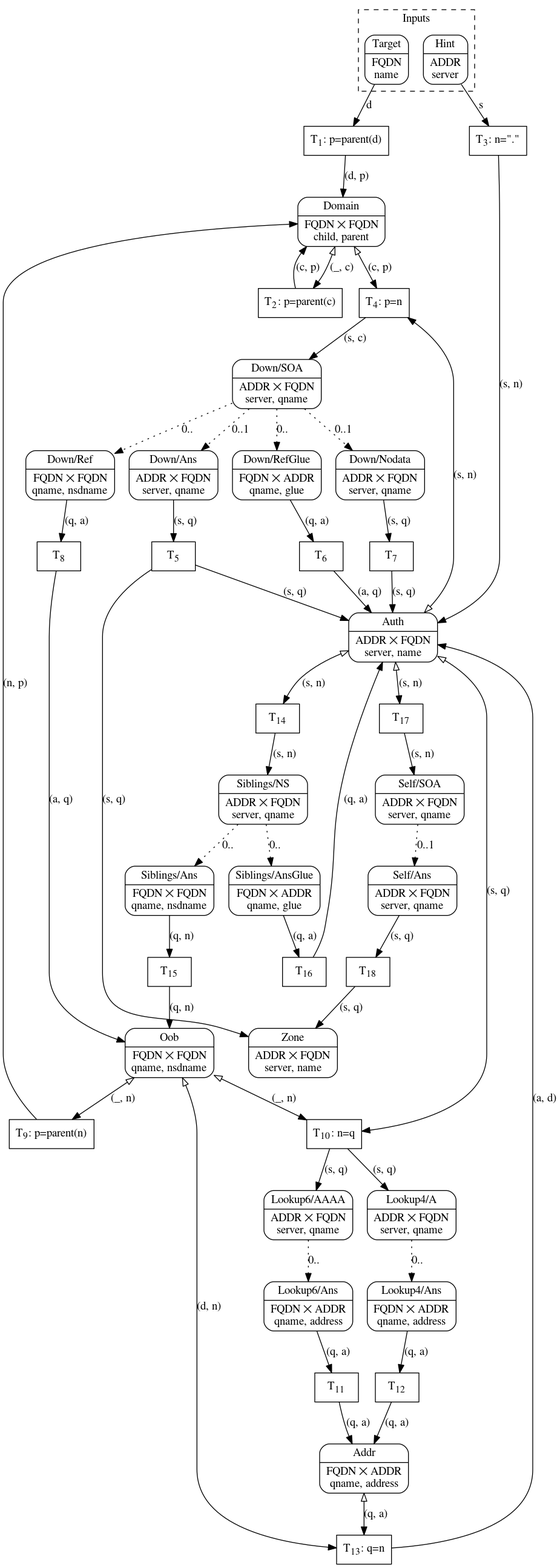
Before: topo.png, a diagram exported from Graphviz (mattias-p/topo). Its source is kept beside it as topo.dot.
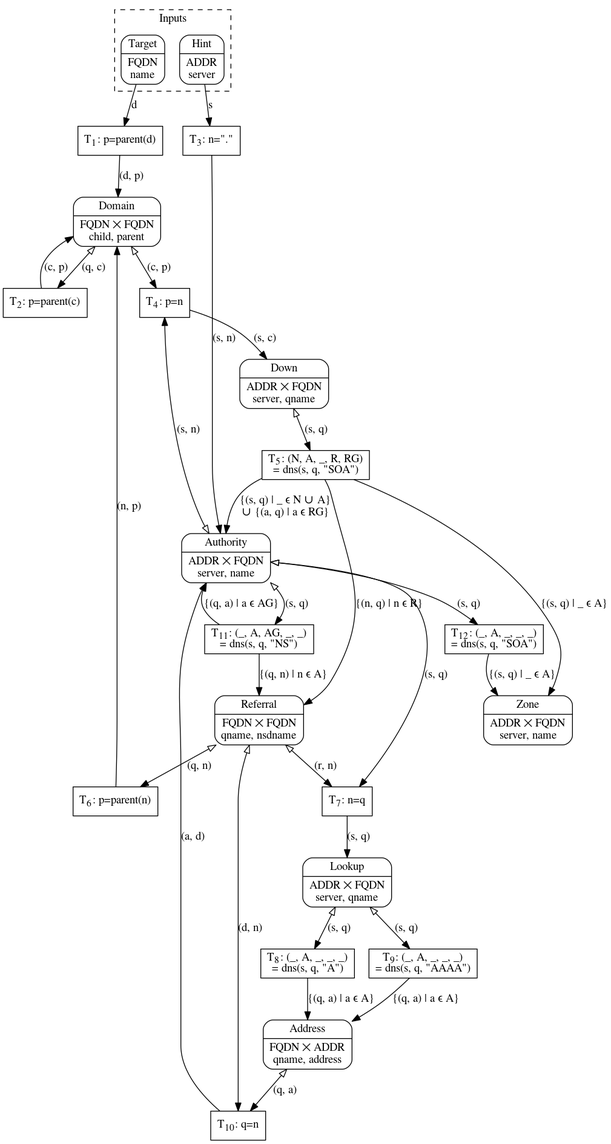
After the change.

Commit message:
Refactor to use proper transitions for DNS requests

Change to the diagram source:
```diff
@@ -1,5 +1,4 @@
 digraph Algorithm {
-    compound=true
     node [shape=Mrecord, style=filled, fillcolor=white]
     edge [arrowtail=empty]
 
@@ -11,49 +10,13 @@
         Hint   [label="{Hint|ADDR\nserver}"]
     }
 
-    subgraph Down {
-        Down_send   [label="{Down/SOA|ADDR ⨉ FQDN\nserver, qname}"]
-        Down_nodata [label="{Down/Nodata|ADDR ⨉ FQDN\nserver, qname}"]
-        Down_answer [label="{Down/Ans|ADDR ⨉ FQDN\nserver, qname}"]
-        Down_glue   [label="{Down/RefGlue|FQDN ⨉ ADDR\nqname, glue}"]
-        Down_ref    [label="{Down/Ref|FQDN ⨉ FQDN\nqname, nsdname}"]
-        Down_send -> Down_nodata [label="0..1", style=dotted]
-        Down_send -> Down_answer [label="0..1", style=dotted]
-        Down_send -> Down_glue [label="0..", style=dotted]
-        Down_send -> Down_ref [label="0..", style=dotted]
-    }
-
-    subgraph Siblings {
-        Siblings_send [label="{Siblings/NS|ADDR ⨉ FQDN\nserver, qname}"]
-        Siblings_glue [label="{Siblings/AnsGlue|FQDN ⨉ ADDR\nqname, glue}"]
-        Siblings_ans  [label="{Siblings/Ans|FQDN ⨉ FQDN\nqname, nsdname}"]
-        Siblings_send -> Siblings_glue [label="0..", style=dotted]
-        Siblings_send -> Siblings_ans [label="0..", style=dotted]
-    }
-
-    subgraph Self {
-        Self_send   [label="{Self/SOA|ADDR ⨉ FQDN\nserver, qname}"]
-        Self_answer [label="{Self/Ans|ADDR ⨉ FQDN\nserver, qname}"]
-        Self_send -> Self_answer [label="0..1", style=dotted]
-    }
-
-    subgraph Lookup4 {
-        Lookup4_send   [label="{Lookup4/A|ADDR ⨉ FQDN\nserver, qname}"]
-        Lookup4_answer [label="{Lookup4/Ans|FQDN ⨉ ADDR\nqname, address}"]
-        Lookup4_send -> Lookup4_answer [label="0..", style=dotted]
-    }
-
-    subgraph Lookup6 {
-        Lookup6_send   [label="{Lookup6/AAAA|ADDR ⨉ FQDN\nserver, qname}"]
-        Lookup6_answer [label="{Lookup6/Ans|FQDN ⨉ ADDR\nqname, address}"]
-        Lookup6_send -> Lookup6_answer [label="0..", style=dotted]
-    }
-
-    Domain [label="{Domain|FQDN ⨉ FQDN\nchild, parent}"]
-    Auth   [label="{Auth|ADDR ⨉ FQDN\nserver, name}"]
-    Zone   [label="{Zone|ADDR ⨉ FQDN\nserver, name}"]
-    Oob    [label="{Oob|FQDN ⨉ FQDN\nqname, nsdname}"]
-    Addr   [label="{Addr|FQDN ⨉ ADDR\nqname, address}"]
+    Domain    [label="{Domain|FQDN ⨉ FQDN\nchild, parent}"]
+    Authority [label="{Authority|ADDR ⨉ FQDN\nserver, name}"]
+    Down      [label="{Down|ADDR ⨉ FQDN\nserver, qname}"]
+    Referral  [label="{Referral|FQDN ⨉ FQDN\nqname, nsdname}"]
+    Lookup    [label="{Lookup|ADDR ⨉ FQDN\nserver, qname}"]
+    Address   [label="{Address|FQDN ⨉ ADDR\nqname, address}"]
+    Zone      [label="{Zone|ADDR ⨉ FQDN\nserver, name}"]
 
     node [shape=record]
 
@@ -63,74 +26,51 @@
 
     Hint -> T3 [label="s"]
     T3 [label=< T<SUB>3</SUB>: n="." >]
-    T3 -> Auth [label="(s, n)"]
+    T3 -> Authority [label="(s, n)"]
 
-    Domain -> T2 [label="(_, c)", dir=both]
+    Domain -> T2 [label="(q, c)", dir=both]
     T2 [label=< T<SUB>2</SUB>: p=parent(c) >]
     T2 -> Domain [label="(c, p)"]
 
     Domain -> T4 [label="(c, p)", dir=both]
-    Auth -> T4 [label="(s, n)", dir=both]
+    Authority -> T4 [label="(s, n)", dir=both]
     T4 [label=< T<SUB>4</SUB>: p=n >]
-    T4 -> Down_send [label="(s, c)"]
+    T4 -> Down [label="(s, c)"]
 
-    Down_nodata -> T7 [label="(s, q)"]
-    T7 [label=< T<SUB>7</SUB> >]
-    T7 -> Auth [label="(s, q)"]
+    Down -> T5 [label="(s, q)", dir=both]
+    T5 [label=< T<SUB>5</SUB>: (N, A, _, R, RG)<BR/>= dns(s, q, "SOA") >]
+    T5 -> Authority [label="{(s, q) | _ ∊ N ∪ A}\n∪ {(a, q) | a ∊ RG}"]
+    T5 -> Referral [label="{(n, q) | n ∊ R}"]
+    T5 -> Zone [label="{(s, q) | _ ∊ A}"]
 
-    Down_answer -> T5 [label="(s, q)"]
-    T5 [label=< T<SUB>5</SUB> >]
-    T5 -> Auth [label="(s, q)"]
-    T5 -> Zone [label="(s, q)"]
+    Referral -> T6 [label="(q, n)", dir=both]
+    T6 [label=< T<SUB>6</SUB>: p=parent(n) >]
+    T6 -> Domain [label="(n, p)"]
 
-    Down_glue -> T6 [label="(q, a)"]
-    T6 [label=< T<SUB>6</SUB> >]
-    T6 -> Auth [label="(a, q)"]
+    Referral -> T7 [label="(r, n)", dir=both]
+    Authority -> T7 [label="(s, q)", dir=both]
+    T7 [label=< T<SUB>7</SUB>: n=q >]
+    T7 -> Lookup [label="(s, q)"]
 
-    Down_ref -> T8 [label="(q, a)"]
-    T8 [label=< T<SUB>8</SUB> >]
-    T8 -> Oob [label="(a, q)"]
+    Lookup -> T8 [label="(s, q)", dir=both]
+    T8 [label=< T<SUB>8</SUB>: (_, A, _, _, _)<BR/>= dns(s, q, "A") >]
+    T8 -> Address [label="{(q, a) | a ∊ A}"]
 
-    Oob -> T9 [label="(_, n)", dir=both]
-    T9 [label=< T<SUB>9</SUB>: p=parent(n) >]
-    T9 -> Domain [label="(n, p)"]
+    Lookup -> T9 [label="(s, q)", dir=both]
+    T9 [label=< T<SUB>9</SUB>: (_, A, _, _, _)<BR/>= dns(s, q, "AAAA") >]
+    T9 -> Address [label="{(q, a) | a ∊ A}"]
 
-    Oob -> T10 [label="(_, n)", dir=both]
-    Auth -> T10 [label="(s, q)", dir=both]
-    T10 [label=< T<SUB>10</SUB>: n=q >]
-    T10 -> Lookup6_send [label="(s, q)"]
-    T10 -> Lookup4_send [label="(s, q)"]
+    Address -> T10 [label="(q, a)", dir=both]
+    Referral -> T10 [label="(d, n)", dir=both]
+    T10 [label=< T<SUB>10</SUB>: q=n >]
+    T10 -> Authority [label="(a, d)"]
 
-    Lookup4_answer -> T12 [label="(q, a)"]
-    T12 [label=< T<SUB>12</SUB> >]
-    T12 -> Addr [label="(q, a)"]
+    Authority -> T11 [label="(s, q)", dir=both]
+    T11 [label=< T<SUB>11</SUB>: (_, A, AG, _, _)<BR/>= dns(s, q, "NS") >]
+    T11 -> Referral [label="{(q, n) | n ∊ A}"]
+    T11 -> Authority [label="{(q, a) | a ∊ AG}"]
 
-    Lookup6_answer -> T11 [label="(q, a)"]
-    T11 [label=< T<SUB>11</SUB> >]
-    T11 -> Addr [label="(q, a)"]
-
-    Addr -> T13 [label="(q, a)", dir=both]
-    Oob -> T13 [label="(d, n)", dir=both]
-    T13 [label=< T<SUB>13</SUB>: q=n >]
-    T13 -> Auth [label="(a, d)"]
-
-    Auth -> T17 [label="(s, n)", dir=both]
-    T17 [label=< T<SUB>17</SUB> >]
-    T17 -> Self_send [label="(s, n)"]
-
-    Self_answer -> T18 [label="(s, q)"]
-    T18 [label=< T<SUB>18</SUB> >]
-    T18 -> Zone [label="(s, q)"]
-
-    Auth -> T14 [label="(s, n)", dir=both]
-    T14 [label=< T<SUB>14</SUB> >]
-    T14 -> Siblings_send [label="(s, n)"]
-
-    Siblings_glue -> T16 [label="(q, a)"]
-    T16 [label=< T<SUB>16</SUB> >]
-    T16 -> Auth [label="(q, a)"]
-
-    Siblings_ans -> T15 [label="(q, n)"]
-    T15 [label=< T<SUB>15</SUB> >]
-    T15 -> Oob [label="(q, n)"]
+    Authority -> T12 [label="(s, q)", dir=both]
+    T12 [label=< T<SUB>12</SUB>: (_, A, _, _, _)<BR/>= dns(s, q, "SOA") >]
+    T12 -> Zone [label="{(s, q) | _ ∊ A}"]
 }
```
